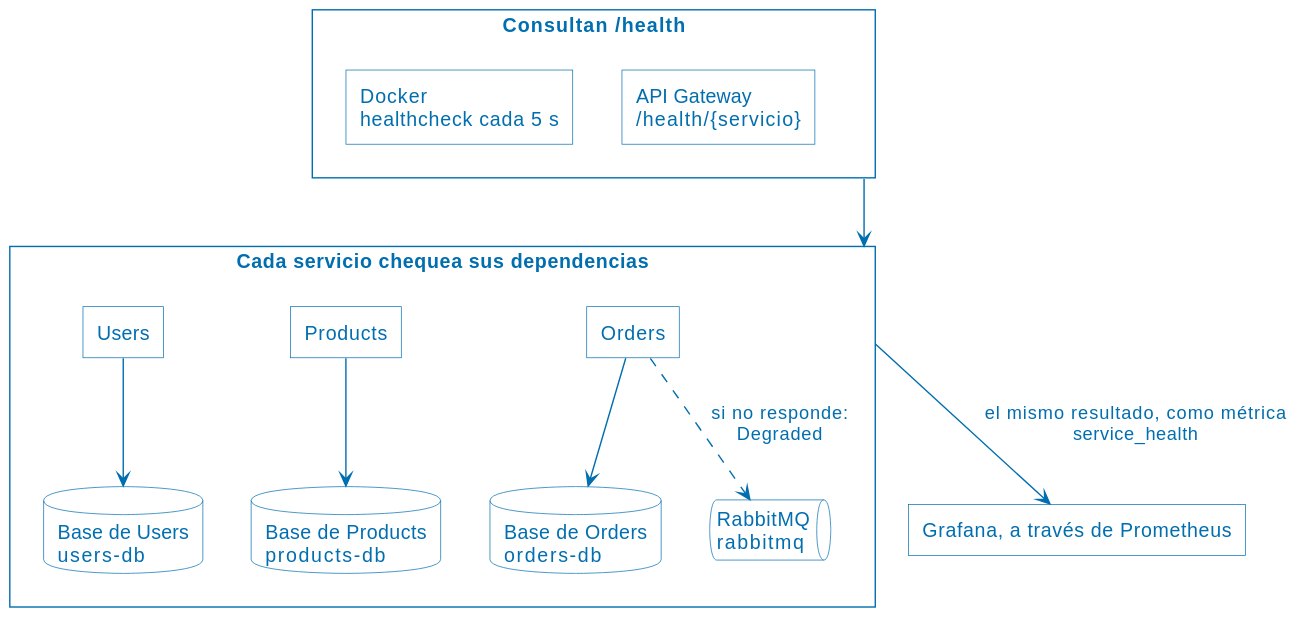
ucudal/ANDIS2_UT4_DEMO1 keeps this PlantUML diagram as assets/06-health.svg. Above is the earlier version. The source it was exported from:
```plantuml
@startuml
!include PlantUML.style
rectangle "Consultan /health" as CON {
  rectangle "Docker\nhealthcheck cada 5 s" as D
  rectangle "API Gateway\n/health/{servicio}" as GW
}
rectangle "Cada servicio chequea sus dependencias" as SV {
  rectangle "Users" as US
  rectangle "Products" as PS
  rectangle "Orders" as OS
  database "Base de Users\nusers-db" as UDB
  database "Base de Products\nproducts-db" as PDB
  database "Base de Orders\norders-db" as ODB
  queue "RabbitMQ\nrabbitmq" as MQ
}
rectangle "Grafana, a través de Prometheus" as G

CON --> SV
US --> UDB
PS --> PDB
OS --> ODB
OS ..> MQ : si no responde:\nDegraded
SV --> G : el mismo resultado, como métrica\nservice_health
@enduml
```
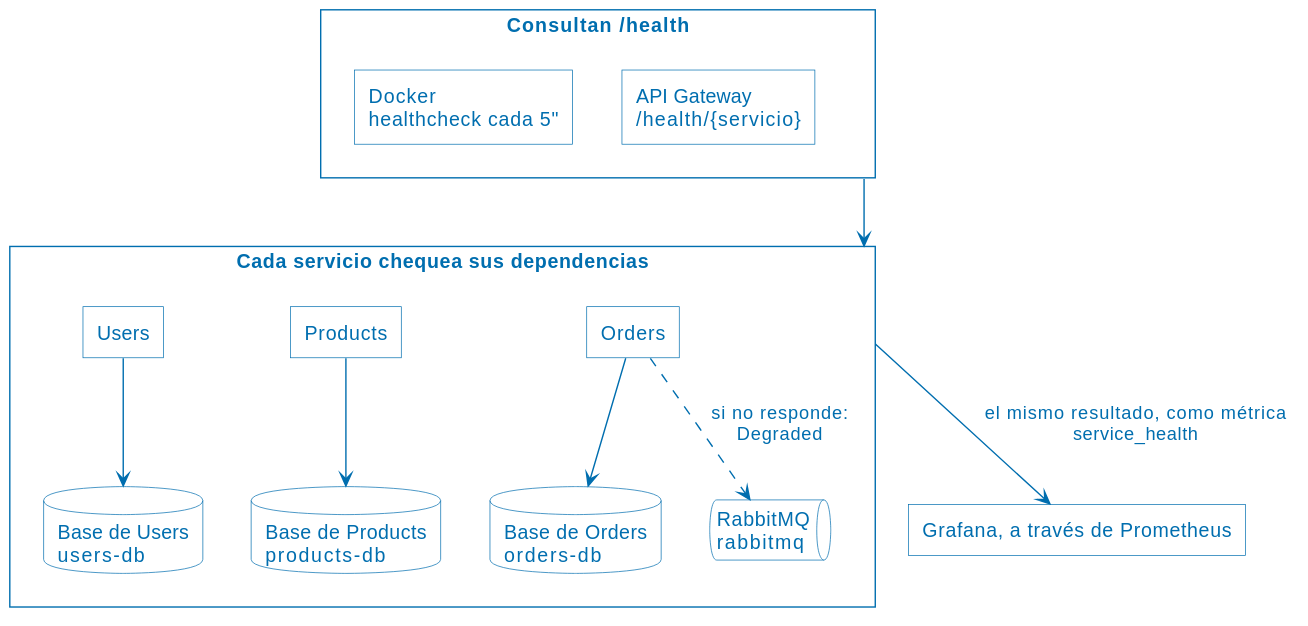
The same file after the commit.

Diff of the diagram source:
```diff
@@ -1,7 +1,7 @@
 @startuml
 !include PlantUML.style
 rectangle "Consultan /health" as CON {
-  rectangle "Docker\nhealthcheck cada 5 s" as D
+  rectangle "Docker\nhealthcheck cada 5<U+0022>" as D
   rectangle "API Gateway\n/health/{servicio}" as GW
 }
 rectangle "Cada servicio chequea sus dependencias" as SV {
```
